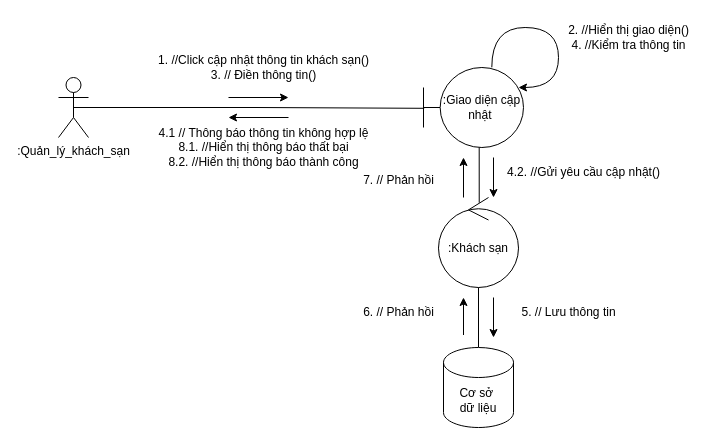
This is hotel_collab.drawio from tenmo2003/OOAD, a draw.io file, before an edit. Source tidied: cells renumbered, new cells numbered last; positions are measured from the earlier drawing's top-left corner, leaving out a move shared by most shapes. Both pictures are drawn from the tidied source at 100%, with x=0, y=0 at pixel (58, 17).
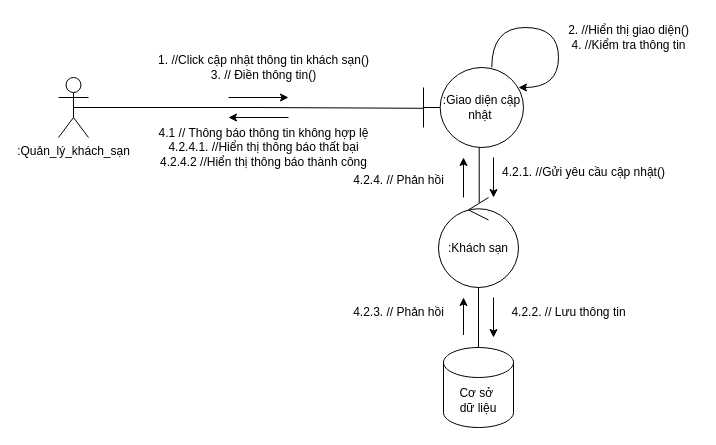
The same diagram, later.

Diff of the diagram source:
```diff
@@
-    <mxCell id="8" value="&lt;span id=&quot;selected_text&quot;&gt;&lt;/span&gt;&lt;span id=&quot;selected_text&quot;&gt;&lt;/span&gt;&lt;span id=&quot;selected_text&quot;&gt;&lt;/span&gt;4.2. //Gửi yêu cầu &lt;span id=&quot;selected_text&quot;&gt;&lt;/span&gt;&lt;span id=&quot;selected_text&quot;&gt;&lt;/span&gt;cập nhật()" style="text;html=1;align=center;verticalAlign=middle;strokeColor=none;fillColor=none;" parent="1" vertex="1">
-      <mxGeometry x="435" y="140" width="180" height="30" as="geometry" />
+    <mxCell id="8" value="&lt;span id=&quot;selected_text&quot;&gt;&lt;/span&gt;&lt;span id=&quot;selected_text&quot;&gt;&lt;/span&gt;&lt;span id=&quot;selected_text&quot;&gt;&lt;/span&gt;&lt;span id=&quot;selected_text&quot;&gt;&lt;/span&gt;&lt;span id=&quot;selected_text&quot;&gt;&lt;/span&gt;&lt;span id=&quot;selected_text&quot;&gt;&lt;/span&gt;&lt;span id=&quot;selected_text&quot;&gt;&lt;/span&gt;4.2.1. //Gửi yêu cầu &lt;span id=&quot;selected_text&quot;&gt;&lt;/span&gt;&lt;span id=&quot;selected_text&quot;&gt;&lt;/span&gt;cập nhật()" style="text;html=1;align=center;verticalAlign=middle;strokeColor=none;fillColor=none;" parent="1" vertex="1">
+      <mxGeometry x="430" y="140" width="190" height="30" as="geometry" />
     </mxCell>
@@
-    <mxCell id="12" value="&lt;span id=&quot;selected_text&quot;&gt;&lt;/span&gt;&lt;span id=&quot;selected_text&quot;&gt;&lt;/span&gt;&lt;span id=&quot;selected_text&quot;&gt;&lt;/span&gt;&lt;span id=&quot;selected_text&quot;&gt;&lt;/span&gt;&lt;span id=&quot;selected_text&quot;&gt;&lt;/span&gt;5. // Lưu thông tin" style="text;html=1;align=center;verticalAlign=middle;strokeColor=none;fillColor=none;" parent="1" vertex="1">
-      <mxGeometry x="450" y="280" width="120" height="30" as="geometry" />
+    <mxCell id="12" value="&lt;span id=&quot;selected_text&quot;&gt;&lt;/span&gt;4.2.2. // Lưu thông tin" style="text;html=1;align=center;verticalAlign=middle;strokeColor=none;fillColor=none;" parent="1" vertex="1">
+      <mxGeometry x="440" y="280" width="140" height="30" as="geometry" />
     </mxCell>
@@
-    <mxCell id="14" value="6. // Phản hồi" style="text;html=1;align=center;verticalAlign=middle;strokeColor=none;fillColor=none;" parent="1" vertex="1">
-      <mxGeometry x="295" y="280" width="90" height="30" as="geometry" />
+    <mxCell id="14" value="4.2.3. // Phản hồi" style="text;html=1;align=center;verticalAlign=middle;strokeColor=none;fillColor=none;" parent="1" vertex="1">
+      <mxGeometry x="285" y="280" width="110" height="30" as="geometry" />
     </mxCell>
@@
-    <mxCell id="16" value="7. // Phản hồi" style="text;html=1;align=center;verticalAlign=middle;strokeColor=none;fillColor=none;" parent="1" vertex="1">
-      <mxGeometry x="295" y="147.5" width="90" height="30" as="geometry" />
+    <mxCell id="16" value="4.2.4. // Phản hồi" style="text;html=1;align=center;verticalAlign=middle;strokeColor=none;fillColor=none;" parent="1" vertex="1">
+      <mxGeometry x="285" y="147.5" width="110" height="30" as="geometry" />
     </mxCell>
@@
-    <mxCell id="20" value="&lt;div&gt;4.1 // Thông báo thông tin không hợp lệ&lt;/div&gt;8.1. //Hiển thị thông báo thất bại&lt;div&gt;8.2. //&lt;span id=&quot;selected_text&quot;&gt;&lt;/span&gt;&lt;span id=&quot;selected_text&quot;&gt;&lt;/span&gt;&lt;span id=&quot;selected_text&quot;&gt;&lt;/span&gt;&lt;span id=&quot;selected_text&quot;&gt;&lt;/span&gt;&lt;span id=&quot;selected_text&quot;&gt;&lt;/span&gt;&lt;span id=&quot;selected_text&quot;&gt;&lt;/span&gt;&lt;span id=&quot;selected_text&quot;&gt;&lt;/span&gt;&lt;span id=&quot;selected_text&quot;&gt;&lt;/span&gt;&lt;span id=&quot;selected_text&quot;&gt;&lt;/span&gt;&lt;span id=&quot;selected_text&quot;&gt;&lt;/span&gt;Hiển thị thông báo thành công&lt;/div&gt;" style="text;html=1;align=center;verticalAlign=middle;strokeColor=none;fillColor=none;" parent="1" vertex="1">
+    <mxCell id="20" value="&lt;div&gt;&lt;span id=&quot;selected_text&quot;&gt;&lt;/span&gt;&lt;span id=&quot;selected_text&quot;&gt;&lt;/span&gt;&lt;span id=&quot;selected_text&quot;&gt;&lt;/span&gt;&lt;span id=&quot;selected_text&quot;&gt;&lt;/span&gt;4.1 // Thông báo thông tin không hợp lệ&lt;/div&gt;4.2.4.1. //Hiển thị thông báo thất bại&lt;div&gt;4.2.4.2 //&lt;span id=&quot;selected_text&quot;&gt;&lt;/span&gt;&lt;span id=&quot;selected_text&quot;&gt;&lt;/span&gt;&lt;span id=&quot;selected_text&quot;&gt;&lt;/span&gt;&lt;span id=&quot;selected_text&quot;&gt;&lt;/span&gt;&lt;span id=&quot;selected_text&quot;&gt;&lt;/span&gt;&lt;span id=&quot;selected_text&quot;&gt;&lt;/span&gt;&lt;span id=&quot;selected_text&quot;&gt;&lt;/span&gt;&lt;span id=&quot;selected_text&quot;&gt;&lt;/span&gt;&lt;span id=&quot;selected_text&quot;&gt;&lt;/span&gt;&lt;span id=&quot;selected_text&quot;&gt;&lt;/span&gt;Hiển thị thông báo thành công&lt;/div&gt;" style="text;html=1;align=center;verticalAlign=middle;strokeColor=none;fillColor=none;" parent="1" vertex="1">
       <mxGeometry x="90" y="100" width="230" height="60" as="geometry" />
     </mxCell>
```
